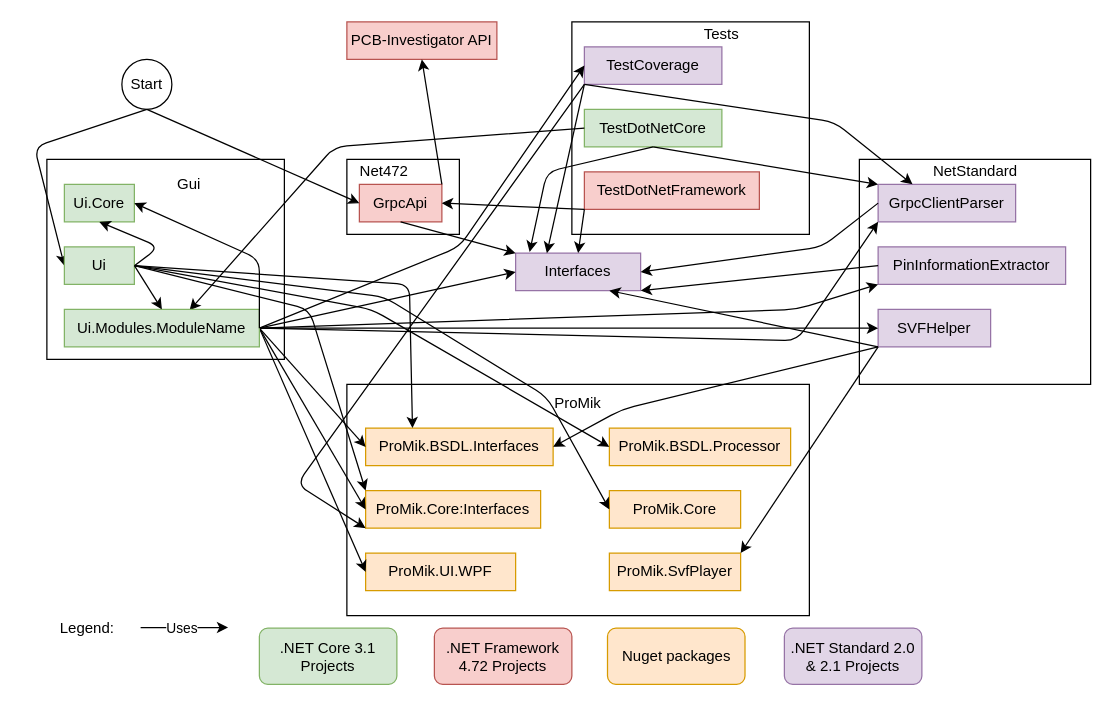
The draw.io diagram Master Thesis/drawios/project structure.drawio in Razvanmatis/SmartIctAnalyzer, before the edit. Source tidied: cells renumbered, new cells numbered last; positions are measured from the earlier drawing's top-left corner, leaving out a move shared by most shapes. Both pictures are drawn from the tidied source at 125%, with x=0, y=0 at pixel (21, 21).
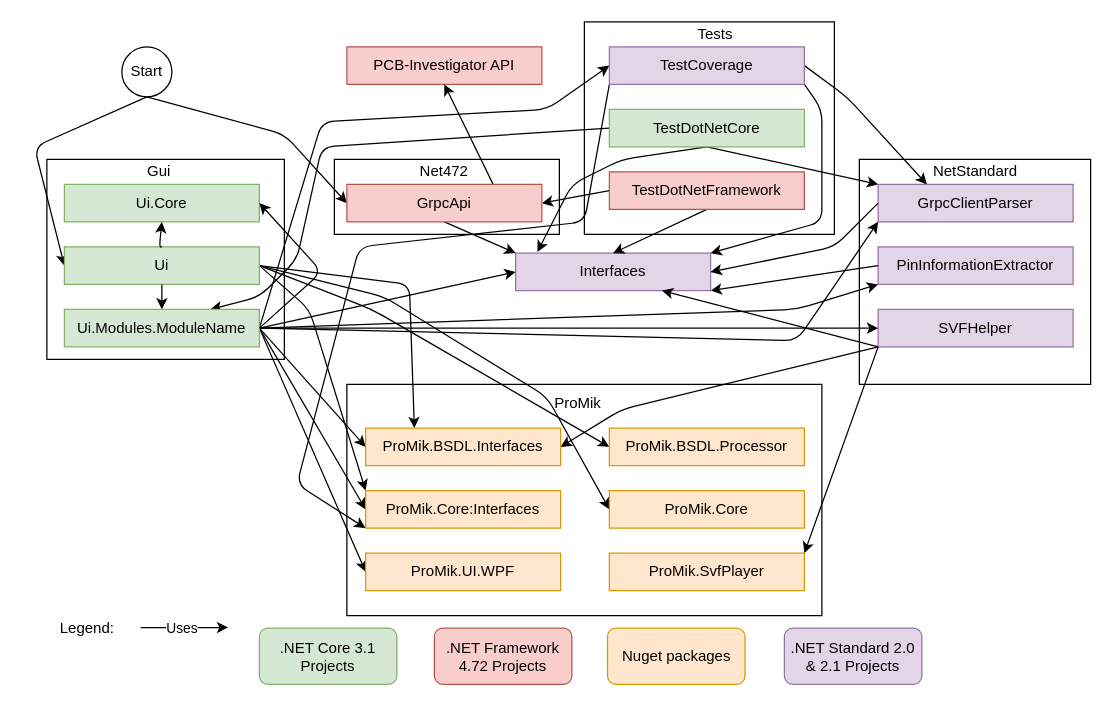
After the change.

Unchanged cells that the change refers to:
```xml
<mxCell id="7" style="group;" parent="1" vertex="1">
  <mxGeometry x="670" y="110" width="185" height="180" as="geometry" />
</mxCell>
<mxCell id="69" value="Ui.Modules.ModuleName" style="rounded=0;whiteSpace=wrap;html=1;fillColor=#d5e8d4;strokeColor=#82b366;" parent="1" vertex="1">
  <mxGeometry x="34" y="230" width="156" height="30" as="geometry" />
</mxCell>
```

Change to the diagram source:
```diff
@@
+    <mxCell id="22" style="rounded=0;whiteSpace=wrap;html=1;" parent="1" vertex="1">
+      <mxGeometry x="260" y="290" width="380" height="185" as="geometry" />
+    </mxCell>
+    <mxCell id="15" style="rounded=0;whiteSpace=wrap;html=1;" parent="1" vertex="1">
+      <mxGeometry x="450" width="200" height="170" as="geometry" />
+    </mxCell>
+    <mxCell id="4" style="rounded=0;whiteSpace=wrap;html=1;" parent="1" vertex="1">
+      <mxGeometry x="250" y="110" width="180" height="60" as="geometry" />
+    </mxCell>
@@
-    <mxCell id="3" style="group;" parent="1" vertex="1">
-      <mxGeometry x="260" y="110" width="90" height="60" as="geometry" />
-    </mxCell>
-    <mxCell id="4" style="rounded=0;whiteSpace=wrap;html=1;" parent="3" vertex="1">
-      <mxGeometry width="90" height="60" as="geometry" />
-    </mxCell>
-    <mxCell id="5" value="GrpcApi" style="rounded=0;whiteSpace=wrap;html=1;fillColor=#f8cecc;strokeColor=#b85450;" parent="3" vertex="1">
-      <mxGeometry x="10" y="20" width="66" height="30" as="geometry" />
-    </mxCell>
-    <mxCell id="6" value="Net472" style="text;html=1;strokeColor=none;fillColor=none;align=center;verticalAlign=middle;whiteSpace=wrap;rounded=0;" parent="3" vertex="1">
-      <mxGeometry x="10" width="40" height="20" as="geometry" />
-    </mxCell>
@@
     <mxCell id="11" value="GrpcClientParser" style="rounded=0;whiteSpace=wrap;html=1;fillColor=#e1d5e7;strokeColor=#9673a6;" parent="7" vertex="1">
-      <mxGeometry x="15" y="20" width="110" height="30" as="geometry" />
+      <mxGeometry x="15" y="20" width="156" height="30" as="geometry" />
     </mxCell>
     <mxCell id="12" value="PinInformationExtractor" style="rounded=0;whiteSpace=wrap;html=1;fillColor=#e1d5e7;strokeColor=#9673a6;" parent="7" vertex="1">
-      <mxGeometry x="15" y="70" width="150" height="30" as="geometry" />
+      <mxGeometry x="15" y="70" width="156" height="30" as="geometry" />
     </mxCell>
     <mxCell id="13" value="SVFHelper" style="rounded=0;whiteSpace=wrap;html=1;fillColor=#e1d5e7;strokeColor=#9673a6;" parent="7" vertex="1">
-      <mxGeometry x="15" y="120" width="90" height="30" as="geometry" />
+      <mxGeometry x="15" y="120" width="156" height="30" as="geometry" />
     </mxCell>
-    <mxCell id="14" style="group;" parent="1" vertex="1">
-      <mxGeometry x="440" width="190" height="170" as="geometry" />
-    </mxCell>
-    <mxCell id="15" style="rounded=0;whiteSpace=wrap;html=1;" parent="14" vertex="1">
-      <mxGeometry width="190" height="170" as="geometry" />
-    </mxCell>
-    <mxCell id="16" value="TestCoverage" style="rounded=0;whiteSpace=wrap;html=1;fillColor=#e1d5e7;strokeColor=#9673a6;" parent="14" vertex="1">
-      <mxGeometry x="10" y="20" width="110" height="30" as="geometry" />
-    </mxCell>
-    <mxCell id="17" value="TestDotNetCore" style="rounded=0;whiteSpace=wrap;html=1;fillColor=#d5e8d4;strokeColor=#82b366;" parent="14" vertex="1">
-      <mxGeometry x="10" y="70" width="110" height="30" as="geometry" />
-    </mxCell>
-    <mxCell id="18" value="TestDotNetFramework" style="rounded=0;whiteSpace=wrap;html=1;fillColor=#f8cecc;strokeColor=#b85450;" parent="14" vertex="1">
-      <mxGeometry x="10" y="120" width="140" height="30" as="geometry" />
-    </mxCell>
-    <mxCell id="19" value="Tests" style="text;html=1;strokeColor=none;fillColor=none;align=center;verticalAlign=middle;whiteSpace=wrap;rounded=0;" parent="14" vertex="1">
-      <mxGeometry x="100" width="40" height="20" as="geometry" />
-    </mxCell>
     <mxCell id="20" value="Interfaces" style="rounded=0;whiteSpace=wrap;html=1;fillColor=#e1d5e7;strokeColor=#9673a6;" parent="1" vertex="1">
-      <mxGeometry x="395" y="185" width="100" height="30" as="geometry" />
+      <mxGeometry x="395" y="185" width="156" height="30" as="geometry" />
     </mxCell>
-    <mxCell id="21" style="group;" parent="1" vertex="1">
-      <mxGeometry x="260" y="290" width="370" height="185" as="geometry" />
-    </mxCell>
-    <mxCell id="22" style="rounded=0;whiteSpace=wrap;html=1;" parent="21" vertex="1">
-      <mxGeometry width="370" height="185" as="geometry" />
-    </mxCell>
-    <mxCell id="23" value="ProMik.BSDL.Interfaces" style="rounded=0;whiteSpace=wrap;html=1;fillColor=#ffe6cc;strokeColor=#d79b00;" parent="21" vertex="1">
-      <mxGeometry x="15" y="35" width="150" height="30" as="geometry" />
-    </mxCell>
-    <mxCell id="24" value="ProMik.Core:Interfaces" style="rounded=0;whiteSpace=wrap;html=1;fillColor=#ffe6cc;strokeColor=#d79b00;" parent="21" vertex="1">
-      <mxGeometry x="15" y="85" width="140" height="30" as="geometry" />
-    </mxCell>
-    <mxCell id="25" value="ProMik.UI.WPF" style="rounded=0;whiteSpace=wrap;html=1;fillColor=#ffe6cc;strokeColor=#d79b00;" parent="21" vertex="1">
-      <mxGeometry x="15" y="135" width="120" height="30" as="geometry" />
-    </mxCell>
-    <mxCell id="26" value="ProMik" style="text;html=1;strokeColor=none;fillColor=none;align=center;verticalAlign=middle;whiteSpace=wrap;rounded=0;" parent="21" vertex="1">
-      <mxGeometry x="165" y="5" width="40" height="20" as="geometry" />
-    </mxCell>
-    <mxCell id="27" value="ProMik.BSDL.Processor" style="rounded=0;whiteSpace=wrap;html=1;fillColor=#ffe6cc;strokeColor=#d79b00;" parent="21" vertex="1">
-      <mxGeometry x="210" y="35" width="145" height="30" as="geometry" />
-    </mxCell>
-    <mxCell id="28" value="ProMik.Core" style="rounded=0;whiteSpace=wrap;html=1;fillColor=#ffe6cc;strokeColor=#d79b00;" parent="21" vertex="1">
-      <mxGeometry x="210" y="85" width="105" height="30" as="geometry" />
-    </mxCell>
-    <mxCell id="29" value="ProMik.SvfPlayer" style="rounded=0;whiteSpace=wrap;html=1;fillColor=#ffe6cc;strokeColor=#d79b00;" parent="21" vertex="1">
-      <mxGeometry x="210" y="135" width="105" height="30" as="geometry" />
-    </mxCell>
@@
     <mxCell id="37" style="endArrow=classic;html=1;strokeColor=#000000;exitX=1;exitY=0.5;exitDx=0;exitDy=0;entryX=0;entryY=0.5;entryDx=0;entryDy=0;" parent="1" edge="1" source="69" target="16">
       <mxGeometry relative="1" as="geometry">
         <Array as="points">
-          <mxPoint x="350" y="180" />
+          <mxPoint x="240" y="80" />
+          <mxPoint x="420" y="70" />
         </Array>
       </mxGeometry>
     </mxCell>
@@
     <mxCell id="43" style="endArrow=classic;html=1;strokeColor=#000000;exitX=0;exitY=0.5;exitDx=0;exitDy=0;entryX=1;entryY=0.5;entryDx=0;entryDy=0;" parent="1" edge="1" source="11" target="20">
       <mxGeometry relative="1" as="geometry">
         <Array as="points">
-          <mxPoint x="640" y="180" />
+          <mxPoint x="650" y="180" />
         </Array>
       </mxGeometry>
     </mxCell>
@@
     <mxCell id="48" style="endArrow=classic;html=1;strokeColor=#000000;exitX=0;exitY=1;exitDx=0;exitDy=0;entryX=0;entryY=1;entryDx=0;entryDy=0;" parent="1" edge="1" source="16" target="24">
       <mxGeometry relative="1" as="geometry">
         <Array as="points">
+          <mxPoint x="450" y="160" />
+          <mxPoint x="270" y="180" />
           <mxPoint x="220" y="370" />
         </Array>
       </mxGeometry>
     </mxCell>
-    <mxCell id="49" style="endArrow=classic;html=1;strokeColor=#000000;exitX=0;exitY=1;exitDx=0;exitDy=0;entryX=0.25;entryY=0;entryDx=0;entryDy=0;" parent="1" edge="1" source="16" target="20">
-      <mxGeometry relative="1" as="geometry" />
+    <mxCell id="49" style="endArrow=classic;html=1;strokeColor=#000000;entryX=1;entryY=0;entryDx=0;entryDy=0;exitX=1;exitY=1;exitDx=0;exitDy=0;" parent="1" edge="1" source="16" target="20">
+      <mxGeometry relative="1" as="geometry">
+        <Array as="points">
+          <mxPoint x="640" y="70" />
+          <mxPoint x="640" y="160" />
+        </Array>
+      </mxGeometry>
     </mxCell>
-    <mxCell id="50" style="endArrow=classic;html=1;strokeColor=#000000;exitX=0;exitY=1;exitDx=0;exitDy=0;entryX=0.25;entryY=0;entryDx=0;entryDy=0;" parent="1" edge="1" source="16" target="11">
+    <mxCell id="50" style="endArrow=classic;html=1;strokeColor=#000000;exitX=1;exitY=0.5;exitDx=0;exitDy=0;entryX=0.25;entryY=0;entryDx=0;entryDy=0;" parent="1" edge="1" source="16" target="11">
       <mxGeometry relative="1" as="geometry">
         <Array as="points">
-          <mxPoint x="650" y="80" />
+          <mxPoint x="660" y="60" />
         </Array>
       </mxGeometry>
     </mxCell>
@@
     <mxCell id="52" style="endArrow=classic;html=1;strokeColor=#000000;exitX=0.5;exitY=1;exitDx=0;exitDy=0;entryX=0.112;entryY=-0.033;entryDx=0;entryDy=0;entryPerimeter=0;" parent="1" edge="1" source="17" target="20">
       <mxGeometry relative="1" as="geometry">
         <Array as="points">
-          <mxPoint x="420" y="120" />
+          <mxPoint x="480" y="110" />
+          <mxPoint x="440" y="130" />
         </Array>
       </mxGeometry>
     </mxCell>
-    <mxCell id="53" style="endArrow=classic;html=1;strokeColor=#000000;entryX=0.642;entryY=0.024;entryDx=0;entryDy=0;entryPerimeter=0;exitX=0;exitY=0.5;exitDx=0;exitDy=0;" parent="1" edge="1" source="17" target="69">
+    <mxCell id="53" style="endArrow=classic;html=1;strokeColor=#000000;entryX=0.75;entryY=0;entryDx=0;entryDy=0;exitX=0;exitY=0.5;exitDx=0;exitDy=0;" parent="1" edge="1" source="17" target="69">
       <mxGeometry relative="1" as="geometry">
         <Array as="points">
-          <mxPoint x="250" y="100" />
+          <mxPoint x="240" y="100" />
+          <mxPoint x="220" y="190" />
+          <mxPoint x="190" y="220" />
         </Array>
       </mxGeometry>
     </mxCell>
-    <mxCell id="54" style="endArrow=classic;html=1;strokeColor=#000000;exitX=0;exitY=1;exitDx=0;exitDy=0;entryX=0.5;entryY=0;entryDx=0;entryDy=0;" parent="1" edge="1" source="18" target="20">
+    <mxCell id="54" style="endArrow=classic;html=1;strokeColor=#000000;exitX=0.5;exitY=1;exitDx=0;exitDy=0;entryX=0.5;entryY=0;entryDx=0;entryDy=0;" parent="1" edge="1" source="18" target="20">
       <mxGeometry relative="1" as="geometry" />
     </mxCell>
-    <mxCell id="55" style="endArrow=classic;html=1;strokeColor=#000000;exitX=0;exitY=1;exitDx=0;exitDy=0;entryX=1;entryY=0.5;entryDx=0;entryDy=0;" parent="1" edge="1" source="18" target="5">
+    <mxCell id="55" style="endArrow=classic;html=1;strokeColor=#000000;exitX=0;exitY=0.5;exitDx=0;exitDy=0;entryX=1;entryY=0.5;entryDx=0;entryDy=0;" parent="1" edge="1" source="18" target="5">
       <mxGeometry relative="1" as="geometry" />
     </mxCell>
     <mxCell id="56" value="PCB-Investigator API" style="rounded=0;whiteSpace=wrap;html=1;fillColor=#f8cecc;strokeColor=#b85450;" parent="1" vertex="1">
-      <mxGeometry x="260" width="120" height="30" as="geometry" />
+      <mxGeometry x="260" y="20" width="156" height="30" as="geometry" />
     </mxCell>
-    <mxCell id="57" style="endArrow=classic;html=1;strokeColor=#000000;exitX=1;exitY=0;exitDx=0;exitDy=0;entryX=0.5;entryY=1;entryDx=0;entryDy=0;" parent="1" edge="1" source="5" target="56">
+    <mxCell id="57" style="endArrow=classic;html=1;strokeColor=#000000;exitX=0.75;exitY=0;exitDx=0;exitDy=0;entryX=0.5;entryY=1;entryDx=0;entryDy=0;" parent="1" edge="1" source="5" target="56">
       <mxGeometry relative="1" as="geometry" />
     </mxCell>
     <mxCell id="58" value="Start" style="ellipse;whiteSpace=wrap;html=1;" parent="1" vertex="1">
-      <mxGeometry x="80" y="30" width="40" height="40" as="geometry" />
+      <mxGeometry x="80" y="20" width="40" height="40" as="geometry" />
     </mxCell>
@@
-    <mxCell id="60" style="endArrow=classic;html=1;strokeColor=#000000;entryX=0;entryY=0.5;entryDx=0;entryDy=0;" parent="1" edge="1" target="5">
+    <mxCell id="60" style="endArrow=classic;html=1;strokeColor=#000000;entryX=0;entryY=0.5;entryDx=0;entryDy=0;exitX=0.5;exitY=1;exitDx=0;exitDy=0;" parent="1" edge="1" source="58" target="5">
       <mxGeometry relative="1" as="geometry">
-        <mxPoint x="100" y="70" as="sourcePoint" />
+        <Array as="points">
+          <mxPoint x="210" y="90" />
+        </Array>
       </mxGeometry>
     </mxCell>
@@
     <mxCell id="68" value="Ui.Core" style="rounded=0;whiteSpace=wrap;html=1;fillColor=#d5e8d4;strokeColor=#82b366;" parent="1" vertex="1">
-      <mxGeometry x="34" y="130" width="56" height="30" as="geometry" />
+      <mxGeometry x="34" y="130" width="156" height="30" as="geometry" />
     </mxCell>
@@
     <mxCell id="70" value="Ui" style="rounded=0;whiteSpace=wrap;html=1;fillColor=#d5e8d4;strokeColor=#82b366;" parent="1" vertex="1">
-      <mxGeometry x="34" y="180" width="56" height="30" as="geometry" />
+      <mxGeometry x="34" y="180" width="156" height="30" as="geometry" />
     </mxCell>
     <mxCell id="71" value="Gui" style="text;html=1;strokeColor=none;fillColor=none;align=center;verticalAlign=middle;whiteSpace=wrap;rounded=0;" parent="1" vertex="1">
-      <mxGeometry x="114" y="120" width="40" height="20" as="geometry" />
+      <mxGeometry x="90" y="110" width="40" height="20" as="geometry" />
     </mxCell>
     <mxCell id="72" style="endArrow=classic;html=1;strokeColor=#000000;exitX=1;exitY=0.5;exitDx=0;exitDy=0;entryX=1;entryY=0.5;entryDx=0;entryDy=0;" parent="1" edge="1" source="69" target="68">
       <mxGeometry x="-180" y="-140" as="geometry">
         <Array as="points">
-          <mxPoint x="190" y="190" />
+          <mxPoint x="240" y="200" />
         </Array>
       </mxGeometry>
     </mxCell>
-    <mxCell id="73" style="endArrow=classic;html=1;strokeColor=#000000;exitX=1;exitY=0.5;exitDx=0;exitDy=0;entryX=0.5;entryY=0;entryDx=0;entryDy=0;" parent="1" edge="1" source="70" target="69">
+    <mxCell id="73" style="endArrow=classic;html=1;strokeColor=#000000;exitX=0.5;exitY=1;exitDx=0;exitDy=0;entryX=0.5;entryY=0;entryDx=0;entryDy=0;" parent="1" edge="1" source="70" target="69">
       <mxGeometry x="-180" y="-140" as="geometry" />
     </mxCell>
-    <mxCell id="74" style="endArrow=classic;html=1;strokeColor=#000000;exitX=1;exitY=0.5;exitDx=0;exitDy=0;entryX=0.5;entryY=1;entryDx=0;entryDy=0;" parent="1" edge="1" source="70" target="68">
+    <mxCell id="74" style="endArrow=classic;html=1;strokeColor=#000000;exitX=0.5;exitY=0;exitDx=0;exitDy=0;entryX=0.5;entryY=1;entryDx=0;entryDy=0;" parent="1" edge="1" source="70" target="68">
       <mxGeometry relative="1" as="geometry">
         <Array as="points">
           <mxPoint x="110" y="180" />
         </Array>
       </mxGeometry>
     </mxCell>
+    <mxCell id="5" value="GrpcApi" style="rounded=0;whiteSpace=wrap;html=1;fillColor=#f8cecc;strokeColor=#b85450;" parent="1" vertex="1">
+      <mxGeometry x="260" y="130" width="156" height="30" as="geometry" />
+    </mxCell>
+    <mxCell id="6" value="Net472" style="text;html=1;strokeColor=none;fillColor=none;align=center;verticalAlign=middle;whiteSpace=wrap;rounded=0;" parent="1" vertex="1">
+      <mxGeometry x="318" y="110" width="40" height="20" as="geometry" />
+    </mxCell>
+    <mxCell id="16" value="TestCoverage" style="rounded=0;whiteSpace=wrap;html=1;fillColor=#e1d5e7;strokeColor=#9673a6;" parent="1" vertex="1">
+      <mxGeometry x="470" y="20" width="156" height="30" as="geometry" />
+    </mxCell>
+    <mxCell id="17" value="TestDotNetCore" style="rounded=0;whiteSpace=wrap;html=1;fillColor=#d5e8d4;strokeColor=#82b366;" parent="1" vertex="1">
+      <mxGeometry x="470" y="70" width="156" height="30" as="geometry" />
+    </mxCell>
+    <mxCell id="18" value="TestDotNetFramework" style="rounded=0;whiteSpace=wrap;html=1;fillColor=#f8cecc;strokeColor=#b85450;" parent="1" vertex="1">
+      <mxGeometry x="470" y="120" width="156" height="30" as="geometry" />
+    </mxCell>
+    <mxCell id="19" value="Tests" style="text;html=1;strokeColor=none;fillColor=none;align=center;verticalAlign=middle;whiteSpace=wrap;rounded=0;" parent="1" vertex="1">
+      <mxGeometry x="535" width="40" height="20" as="geometry" />
+    </mxCell>
+    <mxCell id="23" value="ProMik.BSDL.Interfaces" style="rounded=0;whiteSpace=wrap;html=1;fillColor=#ffe6cc;strokeColor=#d79b00;" parent="1" vertex="1">
+      <mxGeometry x="275" y="325" width="156" height="30" as="geometry" />
+    </mxCell>
+    <mxCell id="24" value="ProMik.Core:Interfaces" style="rounded=0;whiteSpace=wrap;html=1;fillColor=#ffe6cc;strokeColor=#d79b00;" parent="1" vertex="1">
+      <mxGeometry x="275" y="375" width="156" height="30" as="geometry" />
+    </mxCell>
+    <mxCell id="25" value="ProMik.UI.WPF" style="rounded=0;whiteSpace=wrap;html=1;fillColor=#ffe6cc;strokeColor=#d79b00;" parent="1" vertex="1">
+      <mxGeometry x="275" y="425" width="156" height="30" as="geometry" />
+    </mxCell>
+    <mxCell id="26" value="ProMik" style="text;html=1;strokeColor=none;fillColor=none;align=center;verticalAlign=middle;whiteSpace=wrap;rounded=0;" parent="1" vertex="1">
+      <mxGeometry x="425" y="295" width="40" height="20" as="geometry" />
+    </mxCell>
+    <mxCell id="27" value="ProMik.BSDL.Processor" style="rounded=0;whiteSpace=wrap;html=1;fillColor=#ffe6cc;strokeColor=#d79b00;" parent="1" vertex="1">
+      <mxGeometry x="470" y="325" width="156" height="30" as="geometry" />
+    </mxCell>
+    <mxCell id="28" value="ProMik.Core" style="rounded=0;whiteSpace=wrap;html=1;fillColor=#ffe6cc;strokeColor=#d79b00;" parent="1" vertex="1">
+      <mxGeometry x="470" y="375" width="156" height="30" as="geometry" />
+    </mxCell>
+    <mxCell id="29" value="ProMik.SvfPlayer" style="rounded=0;whiteSpace=wrap;html=1;fillColor=#ffe6cc;strokeColor=#d79b00;" parent="1" vertex="1">
+      <mxGeometry x="470" y="425" width="156" height="30" as="geometry" />
+    </mxCell>
```
